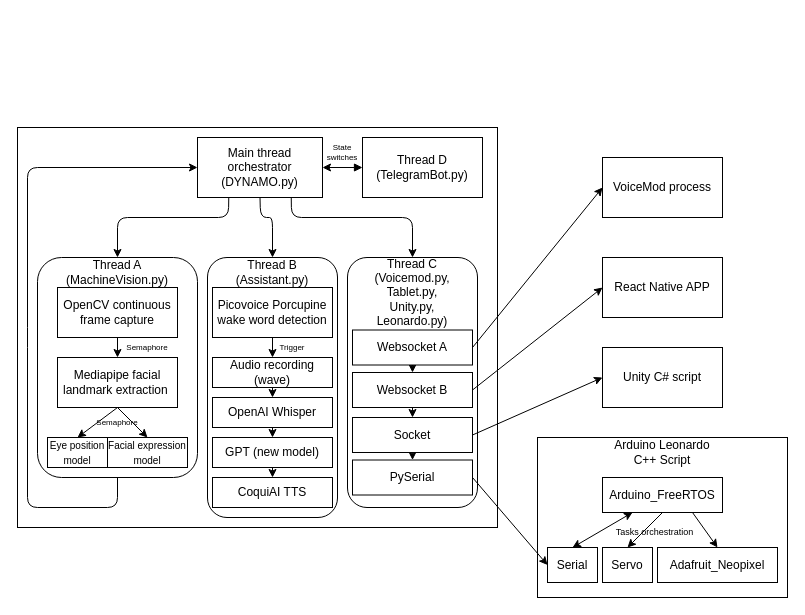
Earlier version of the draw.io diagram Software.drawio (MekhyW/DYNAMO-Electronic_Fursuit-2.0). Source tidied: cells renumbered, new cells numbered last; positions are measured from the earlier drawing's top-left corner, leaving out a move shared by most shapes. Both pictures are drawn from the tidied source at 100%, with x=0, y=0 at pixel (17, 127).
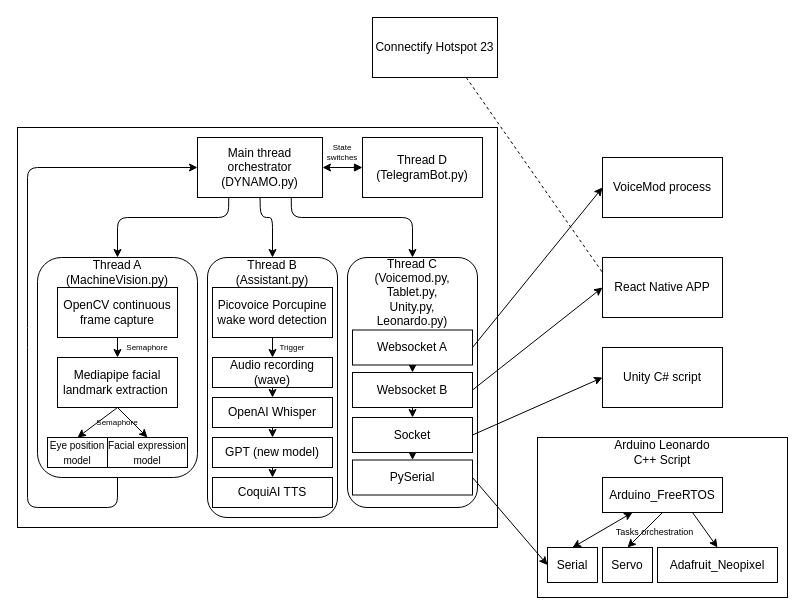
The same diagram, later.

Unchanged cells that the change refers to:
```xml
<mxCell id="47" value="React Native APP" style="rounded=0;whiteSpace=wrap;html=1;" parent="1" vertex="1">
  <mxGeometry x="585" y="130" width="120" height="60" as="geometry" />
</mxCell>
```

The edit, as a diff of the source:
```diff
@@
+    <mxCell id="60" value="Connectify Hotspot 23" style="rounded=0;whiteSpace=wrap;html=1;" parent="1" vertex="1">
+      <mxGeometry x="355" y="-110" width="125" height="60" as="geometry" />
+    </mxCell>
+    <mxCell id="61" style="endArrow=none;dashed=1;html=1;exitX=0.75;exitY=1;exitDx=0;exitDy=0;entryX=0;entryY=0.25;entryDx=0;entryDy=0;" parent="1" edge="1" source="60" target="47">
+      <mxGeometry relative="1" as="geometry" />
+    </mxCell>
```
